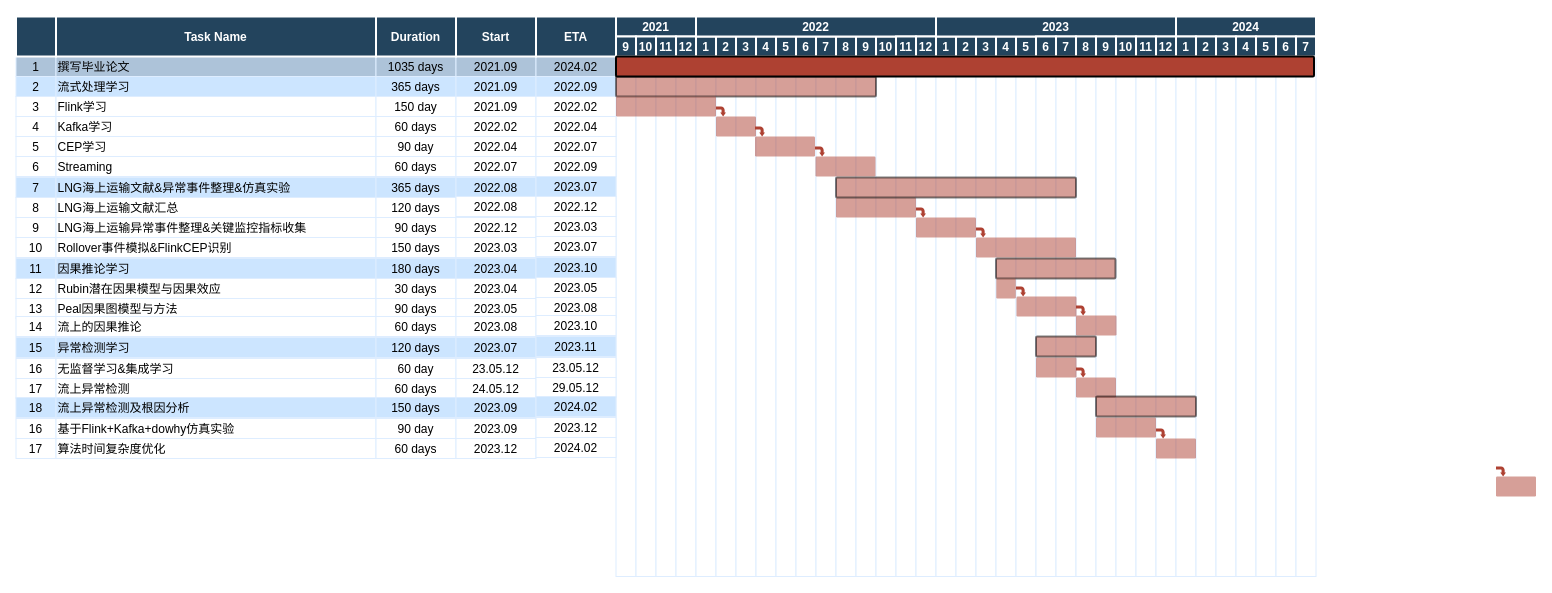
The draw.io diagram page "Page-1" (1 of 2) of 甘特图.drawio in LiLiJacky/graphData, before the edit. Source tidied: cells renumbered, new cells numbered last; positions are measured from the earlier drawing's top-left corner, leaving out a move shared by most shapes. Both pictures are drawn from the tidied source at 100%, with x=0, y=0 at pixel (15, 16). Pictures stored in the file or linked from it are replaced by grey dashed boxes.
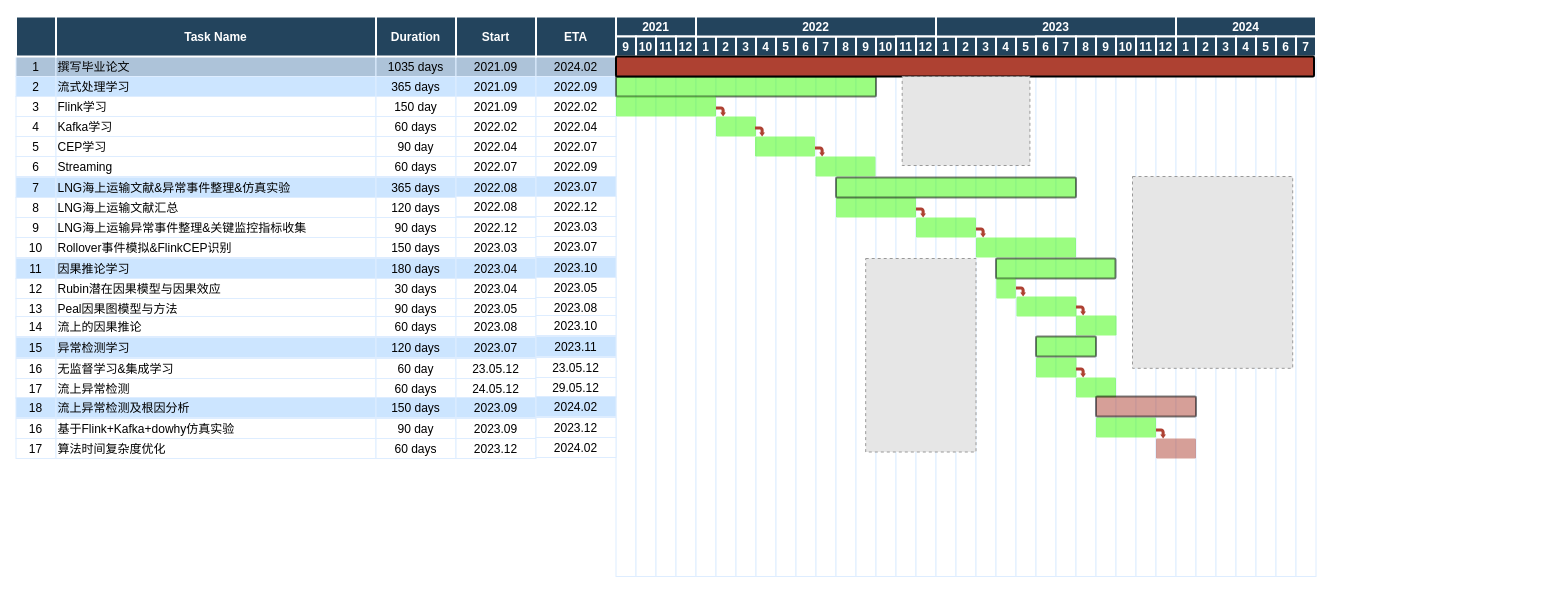
The same page after the edit.

Commit message:
更新甘特图.drawio

The edit, as a diff of the source:
```diff
@@
-    <mxCell id="161" style="shape=mxgraph.flowchart.process;fillColor=#AE4132;strokeColor=#000000;strokeWidth=2;opacity=50;" parent="1" vertex="1">
+    <mxCell id="161" style="shape=mxgraph.flowchart.process;fillColor=#39fb04;strokeColor=#000000;strokeWidth=2;opacity=50;" parent="1" vertex="1">
       <mxGeometry x="600.5" y="60" width="260" height="20" as="geometry" />
     </mxCell>
@@
-    <mxCell id="163" style="shape=mxgraph.flowchart.process;fillColor=#AE4132;strokeColor=none;strokeWidth=2;opacity=50;" parent="1" vertex="1">
+    <mxCell id="163" style="shape=mxgraph.flowchart.process;fillColor=#39fb04;strokeColor=none;strokeWidth=2;opacity=50;" parent="1" vertex="1">
       <mxGeometry x="600.5" y="80" width="100" height="20" as="geometry" />
     </mxCell>
-    <mxCell id="164" style="shape=mxgraph.flowchart.process;fillColor=#AE4132;strokeColor=none;strokeWidth=2;opacity=50;" parent="1" vertex="1">
+    <mxCell id="164" style="shape=mxgraph.flowchart.process;fillColor=#39fb04;strokeColor=none;strokeWidth=2;opacity=50;" parent="1" vertex="1">
       <mxGeometry x="700.5" y="100" width="40" height="20" as="geometry" />
     </mxCell>
-    <mxCell id="165" style="shape=mxgraph.flowchart.process;fillColor=#AE4132;strokeColor=none;strokeWidth=2;opacity=50;" parent="1" vertex="1">
+    <mxCell id="165" style="shape=mxgraph.flowchart.process;fillColor=#39fb04;strokeColor=none;strokeWidth=2;opacity=50;" parent="1" vertex="1">
       <mxGeometry x="739.5" y="120" width="60" height="20" as="geometry" />
     </mxCell>
@@
-    <mxCell id="168" style="shape=mxgraph.flowchart.process;fillColor=#AE4132;strokeColor=none;strokeWidth=2;opacity=50;" parent="1" vertex="1">
+    <mxCell id="168" style="shape=mxgraph.flowchart.process;fillColor=#39fb04;strokeColor=none;strokeWidth=2;opacity=50;" parent="1" vertex="1">
       <mxGeometry x="800" y="140" width="60" height="20" as="geometry" />
     </mxCell>
@@
-    <mxCell id="170" style="shape=mxgraph.flowchart.process;fillColor=#AE4132;strokeColor=none;strokeWidth=2;opacity=50;" parent="1" vertex="1">
+    <mxCell id="170" style="shape=mxgraph.flowchart.process;fillColor=#39fb04;strokeColor=none;strokeWidth=2;opacity=50;" parent="1" vertex="1">
       <mxGeometry x="820.5" y="181" width="80" height="20" as="geometry" />
     </mxCell>
-    <mxCell id="171" style="shape=mxgraph.flowchart.process;fillColor=#AE4132;strokeColor=#000000;strokeWidth=2;opacity=50;" parent="1" vertex="1">
+    <mxCell id="171" style="shape=mxgraph.flowchart.process;fillColor=#39fb04;strokeColor=#000000;strokeWidth=2;opacity=50;" parent="1" vertex="1">
       <mxGeometry x="820.5" y="161" width="240" height="20" as="geometry" />
     </mxCell>
-    <mxCell id="172" style="shape=mxgraph.flowchart.process;fillColor=#AE4132;strokeColor=none;strokeWidth=2;opacity=50;" parent="1" vertex="1">
+    <mxCell id="172" style="shape=mxgraph.flowchart.process;fillColor=#39fb04;strokeColor=none;strokeWidth=2;opacity=50;" parent="1" vertex="1">
       <mxGeometry x="900.5" y="201" width="60" height="20" as="geometry" />
     </mxCell>
-    <mxCell id="173" style="shape=mxgraph.flowchart.process;fillColor=#AE4132;strokeColor=none;strokeWidth=2;opacity=50;" parent="1" vertex="1">
+    <mxCell id="173" style="shape=mxgraph.flowchart.process;fillColor=#39fb04;strokeColor=none;strokeWidth=2;opacity=50;" parent="1" vertex="1">
       <mxGeometry x="960.5" y="221" width="100" height="20" as="geometry" />
     </mxCell>
-    <mxCell id="174" style="shape=mxgraph.flowchart.process;fillColor=#AE4132;strokeColor=none;strokeWidth=2;opacity=50;" parent="1" vertex="1">
+    <mxCell id="174" style="shape=mxgraph.flowchart.process;fillColor=#39fb04;strokeColor=none;strokeWidth=2;opacity=50;" parent="1" vertex="1">
       <mxGeometry x="1001" y="280" width="60" height="20" as="geometry" />
     </mxCell>
-    <mxCell id="175" style="shape=mxgraph.flowchart.process;fillColor=#AE4132;strokeColor=none;strokeWidth=2;opacity=50;" parent="1" vertex="1">
+    <mxCell id="175" style="shape=mxgraph.flowchart.process;fillColor=#39fb04;strokeColor=none;strokeWidth=2;opacity=50;" parent="1" vertex="1">
       <mxGeometry x="1060.5" y="299" width="40.5" height="20" as="geometry" />
     </mxCell>
-    <mxCell id="176" style="shape=mxgraph.flowchart.process;fillColor=#AE4132;strokeColor=none;strokeWidth=2;opacity=50;" parent="1" vertex="1">
+    <mxCell id="176" style="shape=mxgraph.flowchart.process;fillColor=#39fb04;strokeColor=none;strokeWidth=2;opacity=50;" parent="1" vertex="1">
       <mxGeometry x="1020.5" y="341" width="40.5" height="20" as="geometry" />
     </mxCell>
-    <mxCell id="177" style="shape=mxgraph.flowchart.process;fillColor=#AE4132;strokeColor=none;strokeWidth=2;opacity=50;" parent="1" vertex="1">
+    <mxCell id="177" style="shape=mxgraph.flowchart.process;fillColor=#39fb04;strokeColor=none;strokeWidth=2;opacity=50;" parent="1" vertex="1">
       <mxGeometry x="1060.5" y="361" width="40" height="20" as="geometry" />
     </mxCell>
-    <mxCell id="178" style="shape=mxgraph.flowchart.process;fillColor=#AE4132;strokeColor=none;strokeWidth=2;opacity=50;" parent="1" vertex="1">
+    <mxCell id="178" style="shape=mxgraph.flowchart.process;fillColor=#39fb04;strokeColor=none;strokeWidth=2;opacity=50;" parent="1" vertex="1">
       <mxGeometry x="1080.5" y="401" width="60" height="20" as="geometry" />
     </mxCell>
@@
-    <mxCell id="180" style="shape=mxgraph.flowchart.process;fillColor=#AE4132;strokeColor=none;strokeWidth=2;opacity=50;" parent="1" vertex="1">
-      <mxGeometry x="1480.5" y="460" width="40" height="20" as="geometry" />
-    </mxCell>
-    <mxCell id="181" style="shape=mxgraph.flowchart.process;fillColor=#AE4132;strokeColor=#000000;strokeWidth=2;opacity=50;" parent="1" vertex="1">
+    <mxCell id="181" style="shape=mxgraph.flowchart.process;fillColor=#39fb04;strokeColor=#000000;strokeWidth=2;opacity=50;" parent="1" vertex="1">
       <mxGeometry x="1020.5" y="320" width="60" height="20" as="geometry" />
     </mxCell>
@@
-    <mxCell id="188" style="shape=mxgraph.arrows.bent_right_arrow;fillColor=#AE4132;strokeColor=none;strokeWidth=2;direction=south;" parent="1" vertex="1">
-      <mxGeometry x="1480.5" y="450" width="10" height="10" as="geometry" />
-    </mxCell>
-    <mxCell id="189" style="shape=mxgraph.flowchart.process;fillColor=#AE4132;strokeColor=#000000;strokeWidth=2;opacity=50;" parent="1" vertex="1">
+    <mxCell id="189" style="shape=mxgraph.flowchart.process;fillColor=#39fb04;strokeColor=#000000;strokeWidth=2;opacity=50;" parent="1" vertex="1">
       <mxGeometry x="980.5" y="242" width="119.5" height="20" as="geometry" />
     </mxCell>
-    <mxCell id="190" style="shape=mxgraph.flowchart.process;fillColor=#AE4132;strokeColor=none;strokeWidth=2;opacity=50;" parent="1" vertex="1">
+    <mxCell id="190" style="shape=mxgraph.flowchart.process;fillColor=#39fb04;strokeColor=none;strokeWidth=2;opacity=50;" parent="1" vertex="1">
       <mxGeometry x="980.8" y="262" width="19.5" height="20" as="geometry" />
     </mxCell>
@@
+    <mxCell id="212" style="fillColor=#E6E6E6;strokeColor=#999999;dashed=1;verticalLabelPosition=bottom;labelBackgroundColor=default;verticalAlign=top;" parent="1" vertex="1">
+      <mxGeometry x="886.7" y="60" width="127.7" height="89" as="geometry" />
+    </mxCell>
+    <mxCell id="213" style="fillColor=#E6E6E6;strokeColor=#999999;dashed=1;verticalLabelPosition=bottom;labelBackgroundColor=default;verticalAlign=top;" parent="1" vertex="1">
+      <mxGeometry x="1117" y="160" width="160.2" height="191.8" as="geometry" />
+    </mxCell>
+    <mxCell id="214" style="fillColor=#E6E6E6;strokeColor=#999999;dashed=1;verticalLabelPosition=bottom;labelBackgroundColor=default;verticalAlign=top;" parent="1" vertex="1">
+      <mxGeometry x="850.2" y="242" width="110.3" height="193.5" as="geometry" />
+    </mxCell>
```
